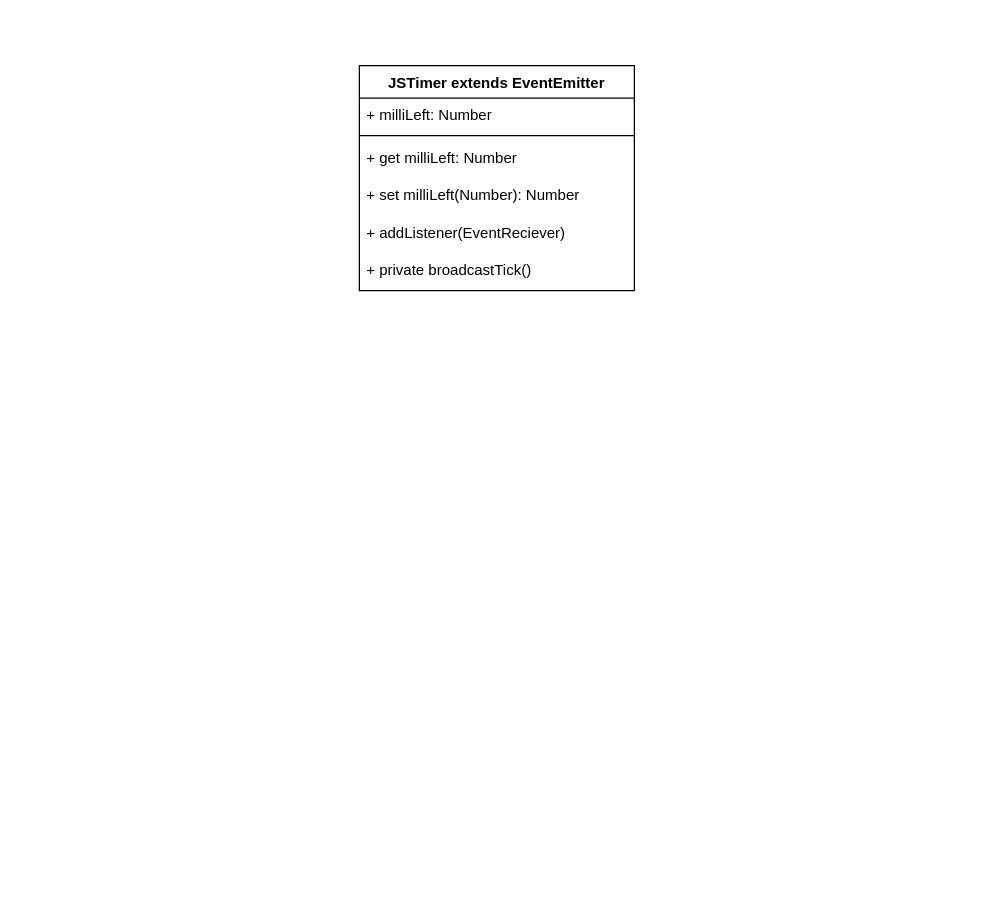
Before: js-stopwatch.drawio in dirtslayer/js-stopwatch, a draw.io diagram. Source tidied: cells renumbered, new cells numbered last; positions are measured from the earlier drawing's top-left corner, leaving out a move shared by most shapes. Both pictures are drawn from the tidied source at 125%, with x=0, y=0 at pixel (359, 65).
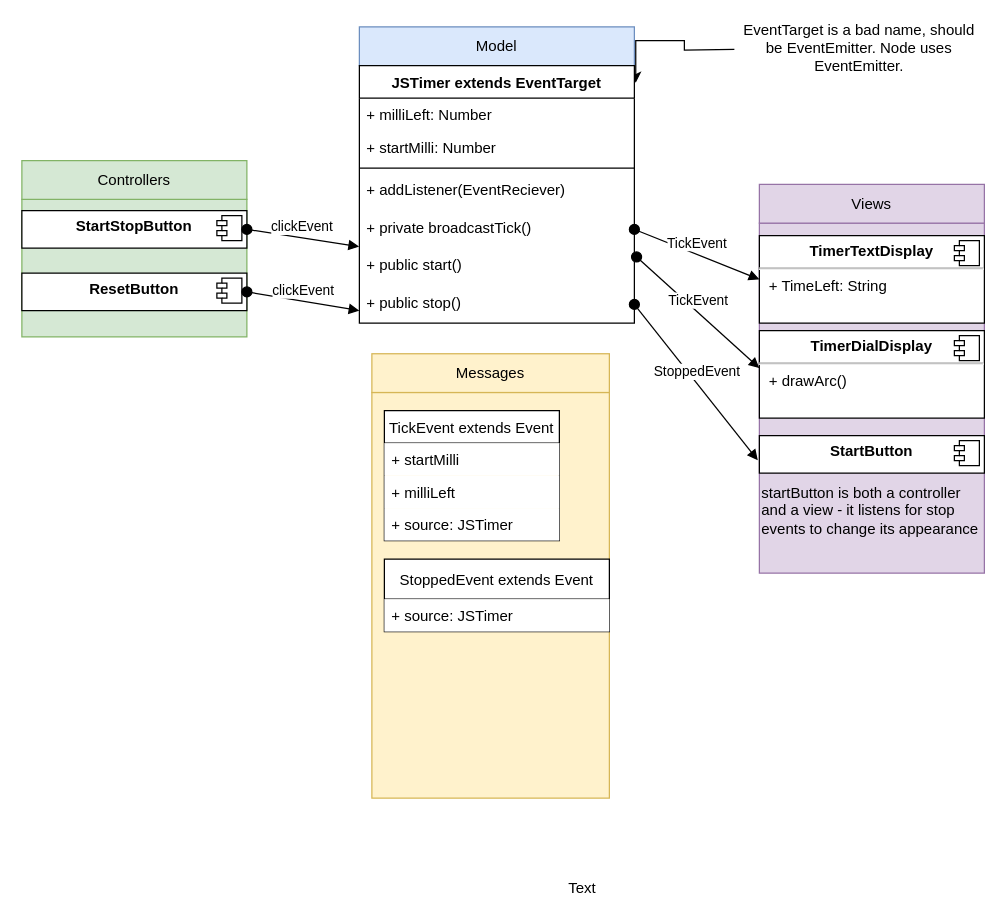
The same page after the edit.

Diff of the diagram source:
```diff
@@
+    <mxCell id="9" style="rounded=0;whiteSpace=wrap;html=1;labelBackgroundColor=none;fillColor=#fff2cc;strokeColor=#d6b656;" parent="1" vertex="1">
+      <mxGeometry x="10" y="261.5" width="190" height="324.5" as="geometry" />
+    </mxCell>
+    <mxCell id="10" style="rounded=0;whiteSpace=wrap;html=1;labelBackgroundColor=none;fillColor=#e1d5e7;strokeColor=#9673a6;" parent="1" vertex="1">
+      <mxGeometry x="320" y="126" width="180" height="280" as="geometry" />
+    </mxCell>
+    <mxCell id="11" style="rounded=0;whiteSpace=wrap;html=1;labelBackgroundColor=none;fillColor=#d5e8d4;strokeColor=#82b366;" parent="1" vertex="1">
+      <mxGeometry x="-270" y="107" width="180" height="110" as="geometry" />
+    </mxCell>
+    <mxCell id="12" value="TickEvent" style="html=1;verticalAlign=bottom;startArrow=oval;startFill=1;endArrow=block;startSize=8;exitX=1.008;exitY=0.234;exitDx=0;exitDy=0;exitPerimeter=0;" parent="1" edge="1" source="38">
+      <mxGeometry relative="1" as="geometry">
+        <mxPoint x="320" y="242" as="targetPoint" />
+      </mxGeometry>
+    </mxCell>
+    <mxCell id="13" value="TickEvent" style="html=1;verticalAlign=bottom;startArrow=oval;startFill=1;endArrow=block;startSize=8;entryX=0;entryY=0.5;entryDx=0;entryDy=0;exitX=1;exitY=0.5;exitDx=0;exitDy=0;" parent="1" edge="1" source="8" target="14">
+      <mxGeometry relative="1" as="geometry" />
+    </mxCell>
+    <mxCell id="14" value="&lt;p style=&quot;margin: 0px ; margin-top: 6px ; text-align: center&quot;&gt;&lt;b&gt;TimerTextDisplay&lt;/b&gt;&lt;/p&gt;&lt;hr&gt;&lt;p style=&quot;margin: 0px ; margin-left: 8px&quot;&gt;+ TimeLeft: String&lt;br&gt;&lt;br&gt;&lt;/p&gt;" style="align=left;overflow=fill;html=1;" parent="1" vertex="1">
+      <mxGeometry x="320" y="136" width="180" height="70" as="geometry" />
+    </mxCell>
+    <mxCell id="15" style="shape=component;jettyWidth=8;jettyHeight=4;" parent="14" vertex="1">
+      <mxGeometry x="1" width="20" height="20" relative="1" as="geometry">
+        <mxPoint x="-24" y="4" as="offset" />
+      </mxGeometry>
+    </mxCell>
+    <mxCell id="16" value="&lt;p style=&quot;margin: 0px ; margin-top: 6px ; text-align: center&quot;&gt;&lt;b&gt;TimerDialDisplay&lt;/b&gt;&lt;/p&gt;&lt;hr&gt;&lt;p style=&quot;margin: 0px ; margin-left: 8px&quot;&gt;+ drawArc()&lt;br&gt;&lt;br&gt;&lt;/p&gt;" style="align=left;overflow=fill;html=1;" parent="1" vertex="1">
+      <mxGeometry x="320" y="212" width="180" height="70" as="geometry" />
+    </mxCell>
+    <mxCell id="17" style="shape=component;jettyWidth=8;jettyHeight=4;" parent="16" vertex="1">
+      <mxGeometry x="1" width="20" height="20" relative="1" as="geometry">
+        <mxPoint x="-24" y="4" as="offset" />
+      </mxGeometry>
+    </mxCell>
+    <mxCell id="18" value="&lt;p style=&quot;margin: 0px ; margin-top: 6px ; text-align: center&quot;&gt;&lt;b&gt;StartStopButton&lt;/b&gt;&lt;/p&gt;" style="align=left;overflow=fill;html=1;" parent="1" vertex="1">
+      <mxGeometry x="-270" y="116" width="180" height="30" as="geometry" />
+    </mxCell>
+    <mxCell id="19" style="shape=component;jettyWidth=8;jettyHeight=4;" parent="18" vertex="1">
+      <mxGeometry x="1" width="20" height="20" relative="1" as="geometry">
+        <mxPoint x="-24" y="4" as="offset" />
+      </mxGeometry>
+    </mxCell>
+    <mxCell id="20" value="&lt;p style=&quot;margin: 0px ; margin-top: 6px ; text-align: center&quot;&gt;&lt;b&gt;ResetButton&lt;/b&gt;&lt;/p&gt;" style="align=left;overflow=fill;html=1;" parent="1" vertex="1">
+      <mxGeometry x="-270" y="166" width="180" height="30" as="geometry" />
+    </mxCell>
+    <mxCell id="21" style="shape=component;jettyWidth=8;jettyHeight=4;" parent="20" vertex="1">
+      <mxGeometry x="1" width="20" height="20" relative="1" as="geometry">
+        <mxPoint x="-24" y="4" as="offset" />
+      </mxGeometry>
+    </mxCell>
+    <mxCell id="22" value="clickEvent" style="html=1;verticalAlign=bottom;startArrow=oval;startFill=1;endArrow=block;startSize=8;exitX=1;exitY=0.5;exitDx=0;exitDy=0;entryX=-0.001;entryY=-0.041;entryDx=0;entryDy=0;entryPerimeter=0;" parent="1" edge="1" source="18" target="38">
+      <mxGeometry relative="1" as="geometry" />
+    </mxCell>
+    <mxCell id="23" value="Controllers" style="rounded=0;whiteSpace=wrap;html=1;labelBackgroundColor=none;fillColor=#d5e8d4;strokeColor=#82b366;" parent="1" vertex="1">
+      <mxGeometry x="-270" y="76" width="180" height="31" as="geometry" />
+    </mxCell>
+    <mxCell id="24" value="Model" style="rounded=0;whiteSpace=wrap;html=1;labelBackgroundColor=none;fillColor=#dae8fc;strokeColor=#6c8ebf;" parent="1" vertex="1">
+      <mxGeometry y="-31" width="220" height="31" as="geometry" />
+    </mxCell>
+    <mxCell id="25" value="Views" style="rounded=0;whiteSpace=wrap;html=1;labelBackgroundColor=none;fillColor=#e1d5e7;strokeColor=#9673a6;" parent="1" vertex="1">
+      <mxGeometry x="320" y="95" width="180" height="31" as="geometry" />
+    </mxCell>
+    <mxCell id="26" value="Messages" style="rounded=0;whiteSpace=wrap;html=1;labelBackgroundColor=none;fillColor=#fff2cc;strokeColor=#d6b656;" parent="1" vertex="1">
+      <mxGeometry x="10" y="230.5" width="190" height="31" as="geometry" />
+    </mxCell>
+    <mxCell id="27" style="edgeStyle=orthogonalEdgeStyle;rounded=0;jettySize=auto;html=1;fontColor=#000000;entryX=1.005;entryY=0.067;entryDx=0;entryDy=0;entryPerimeter=0;" parent="1" edge="1" target="2">
+      <mxGeometry relative="1" as="geometry">
+        <mxPoint x="300" y="-13" as="sourcePoint" />
+      </mxGeometry>
+    </mxCell>
+    <mxCell id="28" value="&lt;p style=&quot;margin: 0px ; margin-top: 6px ; text-align: center&quot;&gt;&lt;b&gt;StartButton&lt;/b&gt;&lt;/p&gt;" style="align=left;overflow=fill;html=1;" parent="1" vertex="1">
+      <mxGeometry x="320" y="296" width="180" height="30" as="geometry" />
+    </mxCell>
+    <mxCell id="29" style="shape=component;jettyWidth=8;jettyHeight=4;" parent="28" vertex="1">
+      <mxGeometry x="1" width="20" height="20" relative="1" as="geometry">
+        <mxPoint x="-24" y="4" as="offset" />
+      </mxGeometry>
+    </mxCell>
+    <mxCell id="30" value="startButton is both a controller and a view - it listens for stop events to change its appearance" style="text;html=1;strokeColor=none;fillColor=none;align=left;verticalAlign=middle;whiteSpace=wrap;rounded=0;labelBackgroundColor=none;fontColor=#000000;" parent="1" vertex="1">
+      <mxGeometry x="320" y="326" width="180" height="60" as="geometry" />
+    </mxCell>
+    <mxCell id="31" value="TickEvent extends Event" style="swimlane;fontStyle=0;horizontal=1;startSize=26;" parent="1" vertex="1">
+      <mxGeometry x="20" y="276" width="140" height="104" as="geometry" />
+    </mxCell>
+    <mxCell id="32" value="+ startMilli" style="text;align=left;verticalAlign=top;spacingLeft=4;spacingRight=4;overflow=hidden;fillColor=#ffffff;" parent="31" vertex="1">
+      <mxGeometry y="26" width="140" height="26" as="geometry" />
+    </mxCell>
+    <mxCell id="33" value="+ milliLeft" style="text;align=left;verticalAlign=top;spacingLeft=4;spacingRight=4;overflow=hidden;fillColor=#ffffff;" parent="31" vertex="1">
+      <mxGeometry y="52" width="140" height="26" as="geometry" />
+    </mxCell>
+    <mxCell id="34" value="+ source: JSTimer" style="text;align=left;verticalAlign=top;spacingLeft=4;spacingRight=4;overflow=hidden;fillColor=#ffffff;" parent="31" vertex="1">
+      <mxGeometry y="78" width="140" height="26" as="geometry" />
+    </mxCell>
+    <mxCell id="35" value="StoppedEvent extends Event" style="swimlane;fontStyle=0;horizontal=1;startSize=32;" parent="1" vertex="1">
+      <mxGeometry x="20" y="394.8" width="180" height="58" as="geometry" />
+    </mxCell>
+    <mxCell id="36" value="+ source: JSTimer" style="text;align=left;verticalAlign=top;spacingLeft=4;spacingRight=4;overflow=hidden;fillColor=#ffffff;" parent="35" vertex="1">
+      <mxGeometry y="32" width="180" height="26" as="geometry" />
+    </mxCell>
-    <mxCell id="2" value="JSTimer extends EventEmitter" style="swimlane;fontStyle=1;align=center;verticalAlign=top;horizontal=1;startSize=26;" parent="1" vertex="1">
-      <mxGeometry width="220" height="180" as="geometry" />
+    <mxCell id="2" value="JSTimer extends EventTarget" style="swimlane;fontStyle=1;align=center;verticalAlign=top;horizontal=1;startSize=26;" parent="1" vertex="1">
+      <mxGeometry width="220" height="206" as="geometry" />
     </mxCell>
@@
+    <mxCell id="37" value="+ startMilli: Number" style="text;strokeColor=none;fillColor=none;align=left;verticalAlign=top;spacingLeft=4;spacingRight=4;overflow=hidden;" parent="2" vertex="1">
+      <mxGeometry y="52" width="220" height="26" as="geometry" />
+    </mxCell>
     <mxCell id="4" style="line;strokeWidth=1;fillColor=none;align=left;verticalAlign=middle;spacingTop=-1;spacingLeft=3;spacingRight=3;labelPosition=right;" parent="2" vertex="1">
-      <mxGeometry y="52" width="220" height="8" as="geometry" />
+      <mxGeometry y="78" width="220" height="8" as="geometry" />
     </mxCell>
-    <mxCell id="5" value="+ get milliLeft: Number&#10;" style="text;strokeColor=none;fillColor=none;align=left;verticalAlign=top;spacingLeft=4;spacingRight=4;overflow=hidden;" parent="2" vertex="1">
-      <mxGeometry y="60" width="220" height="30" as="geometry" />
-    </mxCell>
-    <mxCell id="6" value="+ set milliLeft(Number): Number&#10;" style="text;strokeColor=none;fillColor=none;align=left;verticalAlign=top;spacingLeft=4;spacingRight=4;overflow=hidden;" parent="2" vertex="1">
-      <mxGeometry y="90" width="220" height="30" as="geometry" />
-    </mxCell>
     <mxCell id="7" value="+ addListener(EventReciever)&#10;&#10;" style="text;strokeColor=none;fillColor=none;align=left;verticalAlign=top;spacingLeft=4;spacingRight=4;overflow=hidden;" parent="2" vertex="1">
-      <mxGeometry y="120" width="220" height="30" as="geometry" />
+      <mxGeometry y="86" width="220" height="30" as="geometry" />
     </mxCell>
     <mxCell id="8" value="+ private broadcastTick()&#10;&#10;" style="text;strokeColor=none;fillColor=none;align=left;verticalAlign=top;spacingLeft=4;spacingRight=4;overflow=hidden;points=[[0,0.5],[1,0.5]];portConstraint=eastwest;" parent="2" vertex="1">
-      <mxGeometry y="150" width="220" height="30" as="geometry" />
+      <mxGeometry y="116" width="220" height="30" as="geometry" />
     </mxCell>
+    <mxCell id="38" value="+ public start()&#10;&#10;&#10;" style="text;strokeColor=none;fillColor=none;align=left;verticalAlign=top;spacingLeft=4;spacingRight=4;overflow=hidden;points=[[0,0.5],[1,0.5]];portConstraint=eastwest;" parent="2" vertex="1">
+      <mxGeometry y="146" width="220" height="30" as="geometry" />
+    </mxCell>
+    <mxCell id="39" value="+ public stop()&#10;&#10;&#10;" style="text;strokeColor=none;fillColor=none;align=left;verticalAlign=top;spacingLeft=4;spacingRight=4;overflow=hidden;points=[[0,0.5],[1,0.5]];portConstraint=eastwest;" parent="2" vertex="1">
+      <mxGeometry y="176" width="220" height="30" as="geometry" />
+    </mxCell>
+    <mxCell id="40" value="Text" style="text;html=1;align=center;verticalAlign=middle;fontColor=#000000;" parent="1" vertex="1">
+      <mxGeometry x="158" y="648" width="40" height="20" as="geometry" />
+    </mxCell>
+    <mxCell id="41" value="EventTarget is a bad name, should be EventEmitter. Node uses EventEmitter." style="text;html=1;strokeColor=none;fillColor=none;align=center;verticalAlign=middle;whiteSpace=wrap;rounded=0;labelBackgroundColor=none;fontColor=#000000;" parent="1" vertex="1">
+      <mxGeometry x="300" y="-24" width="200" height="20" as="geometry" />
+    </mxCell>
+    <mxCell id="42" value="StoppedEvent" style="html=1;verticalAlign=bottom;startArrow=oval;startFill=1;endArrow=block;startSize=8;exitX=1;exitY=0.5;exitDx=0;exitDy=0;entryX=-0.007;entryY=0.656;entryDx=0;entryDy=0;entryPerimeter=0;" parent="1" edge="1" source="39" target="28">
+      <mxGeometry relative="1" as="geometry" />
+    </mxCell>
+    <mxCell id="43" value="clickEvent" style="html=1;verticalAlign=bottom;startArrow=oval;startFill=1;endArrow=block;startSize=8;exitX=1;exitY=0.5;exitDx=0;exitDy=0;" parent="1" edge="1">
+      <mxGeometry relative="1" as="geometry">
+        <mxPoint x="-90" y="181" as="sourcePoint" />
+        <mxPoint y="196" as="targetPoint" />
+      </mxGeometry>
+    </mxCell>
```
